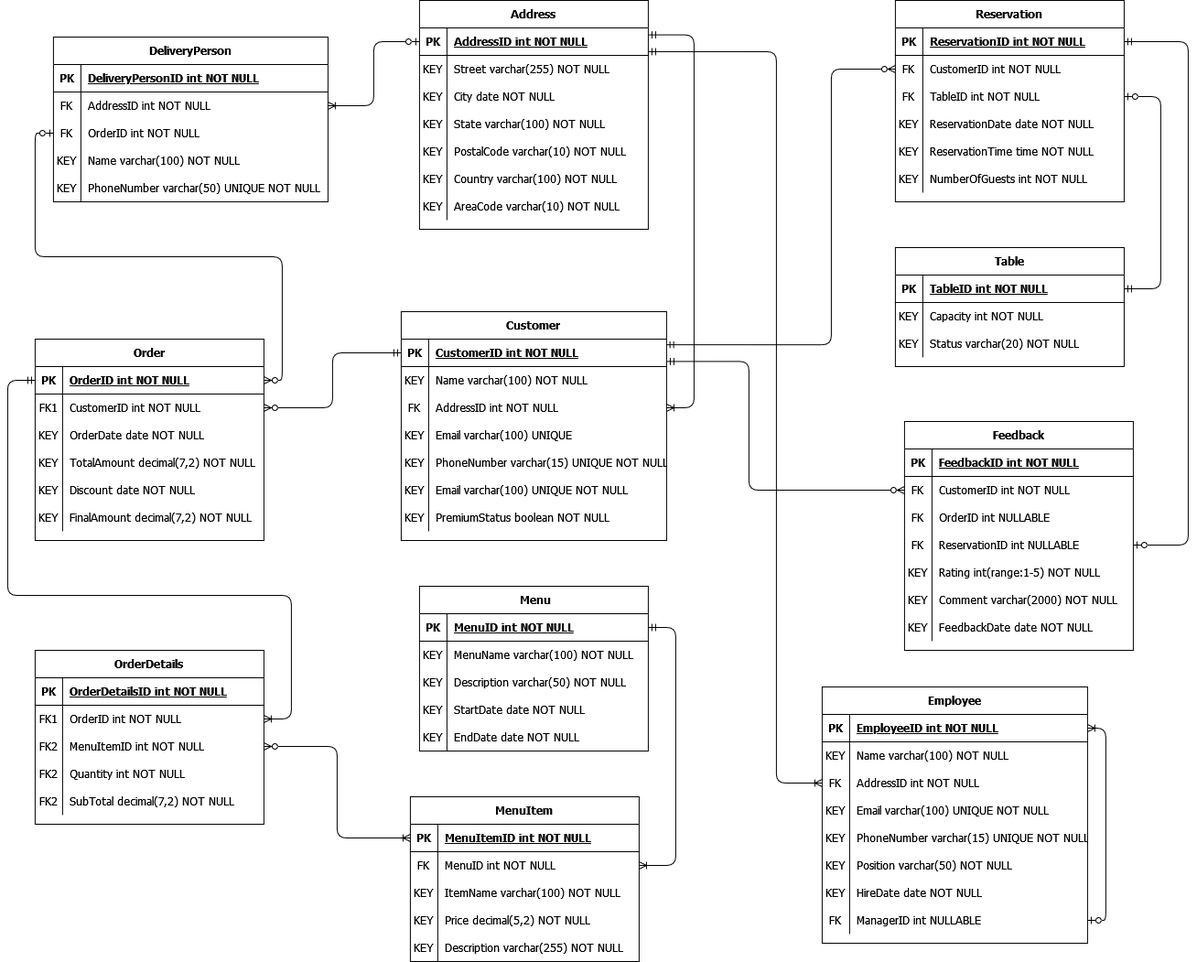
Earlier version of the draw.io export Entity Relationship Diagram.png (KhangProton/ISYS3414-restaurant). Source tidied: cells renumbered, new cells last; positions are measured from the earlier drawing's top-left corner, leaving out a move shared by most shapes.
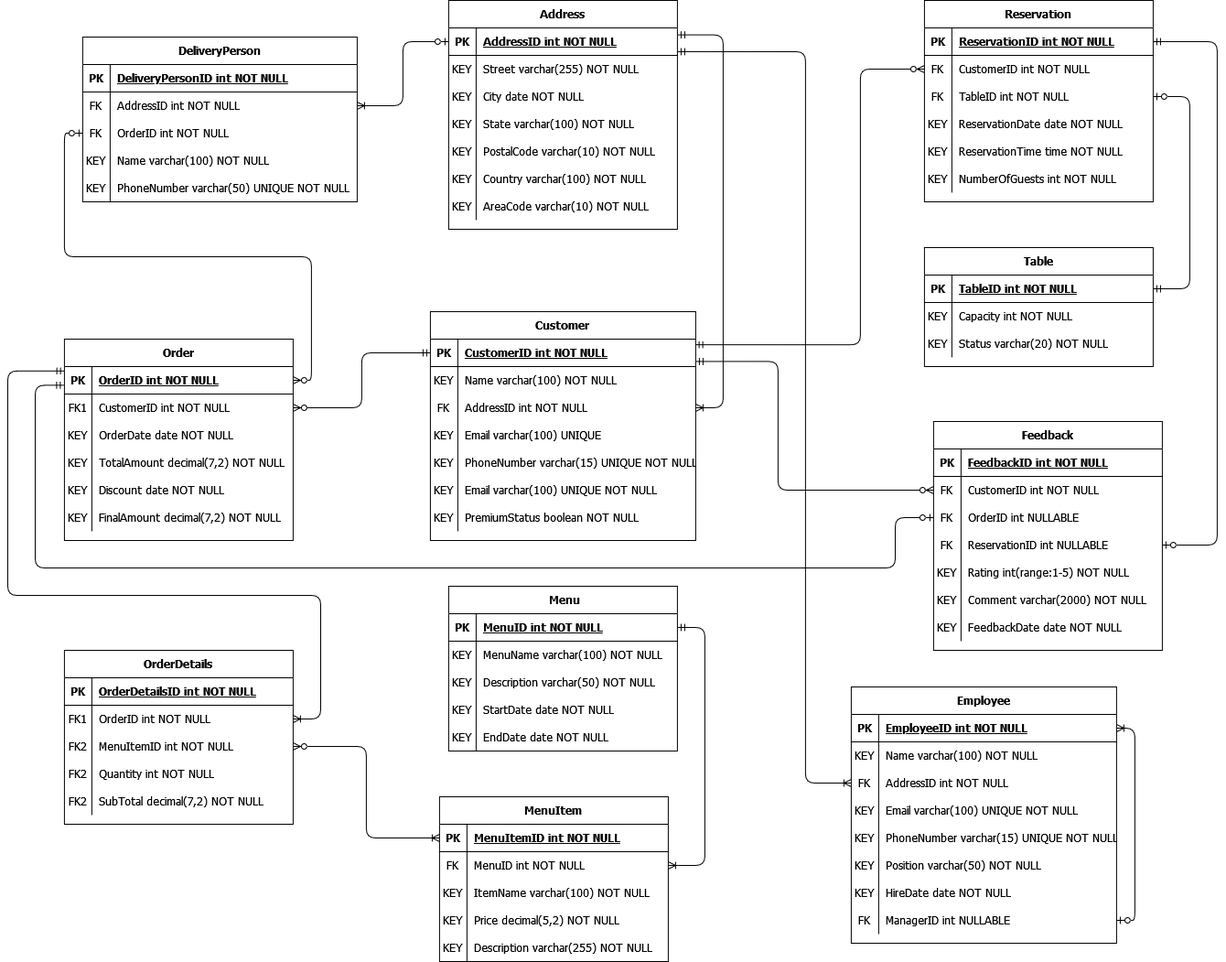
Later version of the same file.

What changed in the source:
```diff
@@ -5,13 +5,13 @@
     <mxCell id="2" style="edgeStyle=orthogonalEdgeStyle;endArrow=ERzeroToMany;startArrow=ERmandOne;endFill=1;startFill=0;shadow=0;fontFamily=Tahoma;" parent="1" edge="1" source="40" target="8">
       <mxGeometry relative="1" as="geometry" />
     </mxCell>
-    <mxCell id="3" style="edgeStyle=orthogonalEdgeStyle;endArrow=ERoneToMany;startArrow=ERmandOne;endFill=0;startFill=0;fontFamily=Tahoma;" parent="1" edge="1" source="5" target="27">
+    <mxCell id="3" style="edgeStyle=orthogonalEdgeStyle;endArrow=ERoneToMany;startArrow=ERmandOne;endFill=0;startFill=0;fontFamily=Tahoma;exitX=-0.001;exitY=0.16;exitDx=0;exitDy=0;exitPerimeter=0;" parent="1" edge="1" source="5" target="27">
       <mxGeometry relative="1" as="geometry">
         <Array as="points">
-          <mxPoint x="-0.1" y="415" />
-          <mxPoint x="-0.1" y="650" />
-          <mxPoint x="309.9" y="650" />
-          <mxPoint x="309.9" y="785" />
+          <mxPoint x="-32" y="405" />
+          <mxPoint x="-32" y="650" />
+          <mxPoint x="310" y="650" />
+          <mxPoint x="310" y="785" />
         </Array>
       </mxGeometry>
     </mxCell>
@@ -697,5 +697,15 @@
         </Array>
       </mxGeometry>
     </mxCell>
+    <mxCell id="218" style="edgeStyle=orthogonalEdgeStyle;rounded=1;jettySize=auto;html=1;exitX=0;exitY=0.5;exitDx=0;exitDy=0;entryX=-0.002;entryY=0.679;entryDx=0;entryDy=0;entryPerimeter=0;startArrow=ERzeroToOne;startFill=0;endArrow=ERmandOne;endFill=0;" parent="1" edge="1" source="201" target="5">
+      <mxGeometry relative="1" as="geometry">
+        <Array as="points">
+          <mxPoint x="938" y="565" />
+          <mxPoint x="938" y="620" />
+          <mxPoint x="-2" y="620" />
+          <mxPoint x="-2" y="420" />
+        </Array>
+      </mxGeometry>
+    </mxCell>
   </root>
 </mxGraphModel>
```
